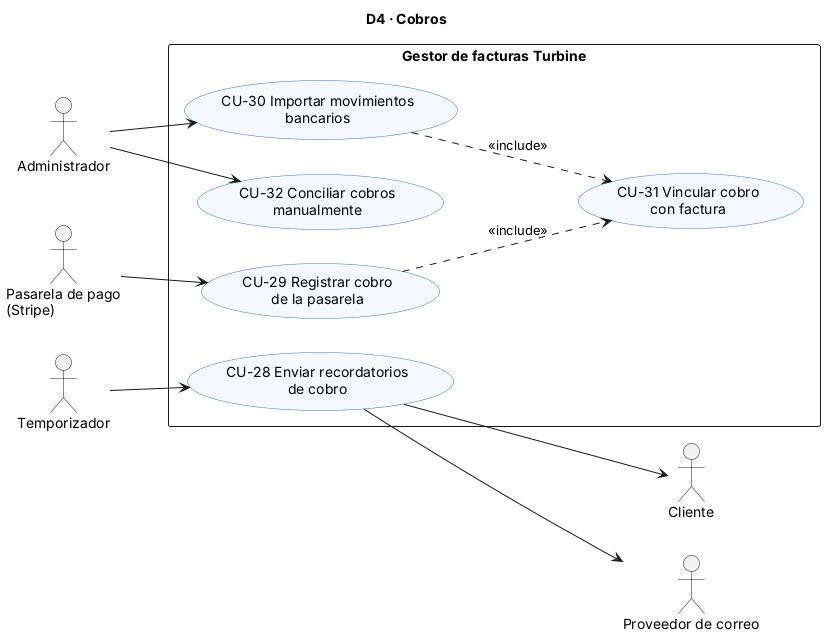
Above: docs/Finales/Imagenes casos de uso/DiagramaCU_D4_Cobros.png in ItsYous3fBro/turbine_ADAP (PlantUML), before the change. Its diagram source:
```plantuml
@startuml DiagramaCU_D4_Cobros
title D4 · Cobros
left to right direction
skinparam shadowing false
skinparam packageStyle rectangle
skinparam usecase {
  BackgroundColor #F5F8FF
  BorderColor #3B6FD8
}
skinparam note {
  BackgroundColor #FFFBE6
  BorderColor #C9B458
}
actor "Administrador" as AD
actor "Temporizador" as TM
actor "Pasarela de pago\n(Stripe)" as PP
actor "Cliente" as CL
actor "Proveedor de correo" as PC

rectangle "Gestor de facturas Turbine" {
  usecase "CU-28 Enviar recordatorios\nde cobro" as CU28
  usecase "CU-29 Registrar cobro\nde la pasarela" as CU29
  usecase "CU-30 Importar movimientos\nbancarios" as CU30
  usecase "CU-31 Vincular cobro\ncon factura" as CU31
  usecase "CU-32 Conciliar cobros\nmanualmente" as CU32
}
TM --> CU28
CU28 --> CL
CU28 --> PC
PP --> CU29
AD --> CU30
AD --> CU32
CU29 ..> CU31 : <<include>>
CU30 ..> CU31 : <<include>>
@enduml
```
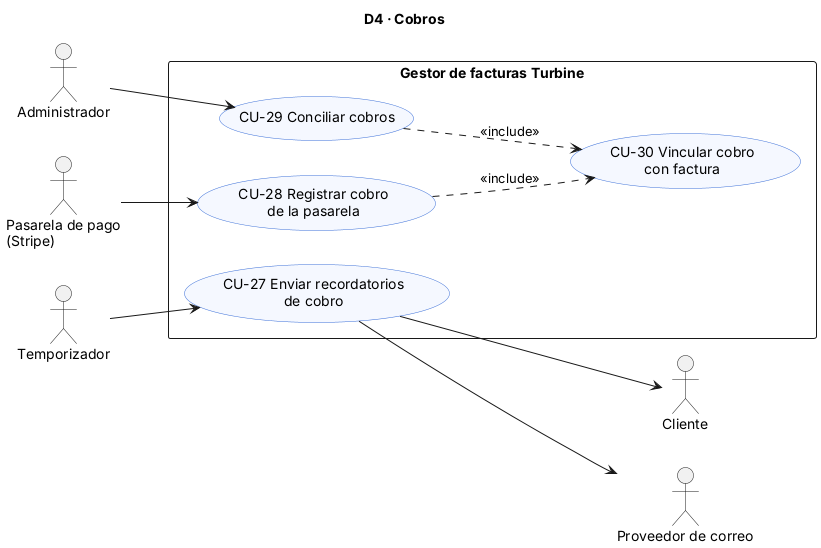
The same file after the commit.

Change to the diagram source:
```diff
@@ -18,18 +18,16 @@
 actor "Proveedor de correo" as PC
 
 rectangle "Gestor de facturas Turbine" {
-  usecase "CU-28 Enviar recordatorios\nde cobro" as CU28
-  usecase "CU-29 Registrar cobro\nde la pasarela" as CU29
-  usecase "CU-30 Importar movimientos\nbancarios" as CU30
-  usecase "CU-31 Vincular cobro\ncon factura" as CU31
-  usecase "CU-32 Conciliar cobros\nmanualmente" as CU32
+  usecase "CU-27 Enviar recordatorios\nde cobro" as CU27
+  usecase "CU-28 Registrar cobro\nde la pasarela" as CU28
+  usecase "CU-29 Conciliar cobros" as CU29
+  usecase "CU-30 Vincular cobro\ncon factura" as CU30
 }
-TM --> CU28
-CU28 --> CL
-CU28 --> PC
-PP --> CU29
-AD --> CU30
-AD --> CU32
-CU29 ..> CU31 : <<include>>
-CU30 ..> CU31 : <<include>>
+TM --> CU27
+CU27 --> CL
+CU27 --> PC
+PP --> CU28
+AD --> CU29
+CU28 ..> CU30 : <<include>>
+CU29 ..> CU30 : <<include>>
 @enduml
```
